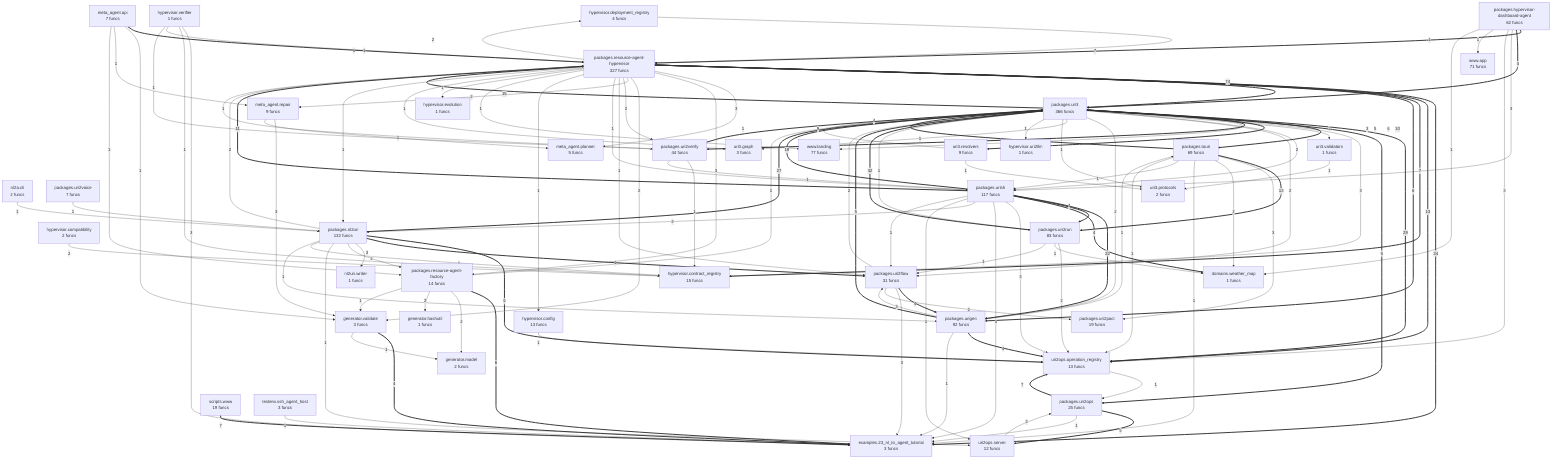
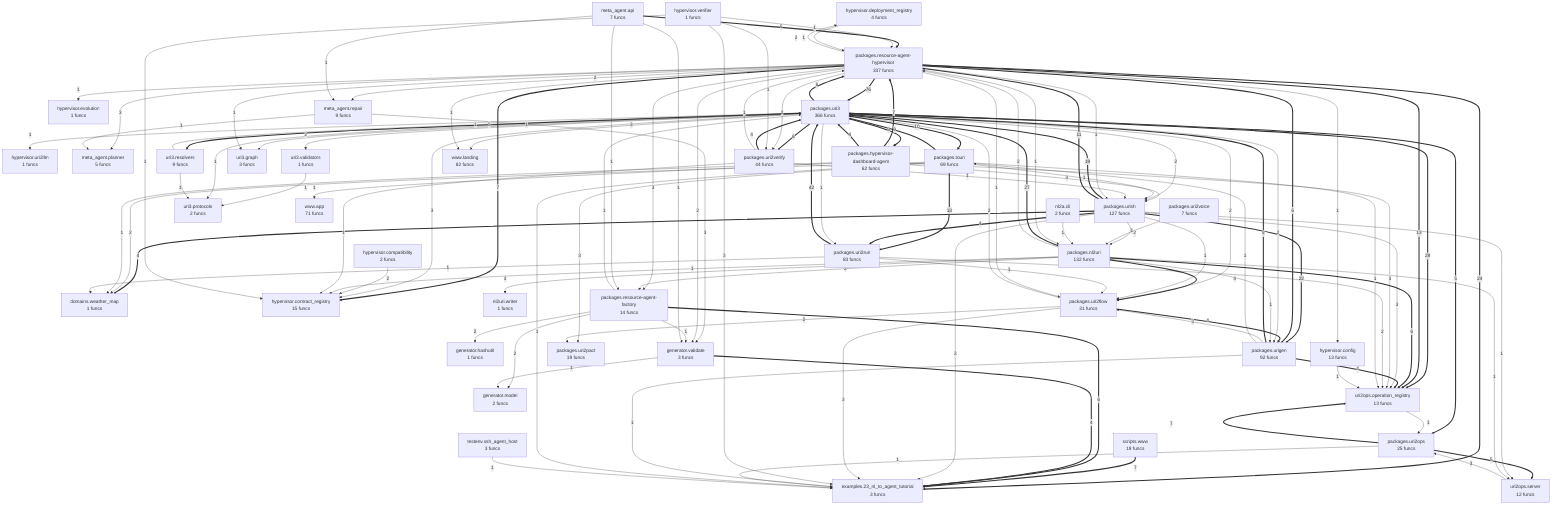
flowchart TD
- %% generated in 0.18s
+ %% generated in 0.22s
    domains__weather_map["domains.weather_map<br/>1 funcs"]
    examples__23_nl_to_agent_tutorial["examples.23_nl_to_agent_tutorial<br/>3 funcs"]
    generator__hashutil["generator.hashutil<br/>1 funcs"]
    generator__model["generator.model<br/>2 funcs"]
    generator__validate["generator.validate<br/>3 funcs"]
    hypervisor__compatibility["hypervisor.compatibility<br/>2 funcs"]
    hypervisor__config["hypervisor.config<br/>13 funcs"]
    hypervisor__contract_registry["hypervisor.contract_registry<br/>15 funcs"]
    hypervisor__deployment_registry["hypervisor.deployment_registry<br/>4 funcs"]
    hypervisor__evolution["hypervisor.evolution<br/>1 funcs"]
    hypervisor__uri2llm["hypervisor.uri2llm<br/>1 funcs"]
    hypervisor__verifier["hypervisor.verifier<br/>1 funcs"]
    meta_agent__api["meta_agent.api<br/>7 funcs"]
    meta_agent__planner["meta_agent.planner<br/>5 funcs"]
    meta_agent__repair["meta_agent.repair<br/>9 funcs"]
    nl2a__cli["nl2a.cli<br/>2 funcs"]
    nl2uri__writer["nl2uri.writer<br/>1 funcs"]
    packages__hypervisor_dashboard_agent["packages.hypervisor-dashboard-agent<br/>62 funcs"]
    packages__nl2uri["packages.nl2uri<br/>132 funcs"]
    packages__resource_agent_factory["packages.resource-agent-factory<br/>14 funcs"]
-     packages__resource_agent_hypervisor["packages.resource-agent-hypervisor<br/>327 funcs"]
+     packages__resource_agent_hypervisor["packages.resource-agent-hypervisor<br/>337 funcs"]
    packages__touri["packages.touri<br/>69 funcs"]
    packages__uri2flow["packages.uri2flow<br/>31 funcs"]
    packages__uri2ops["packages.uri2ops<br/>25 funcs"]
    packages__uri2pact["packages.uri2pact<br/>19 funcs"]
    packages__uri2run["packages.uri2run<br/>83 funcs"]
    packages__uri2verify["packages.uri2verify<br/>44 funcs"]
    packages__uri2voice["packages.uri2voice<br/>7 funcs"]
    packages__uri3["packages.uri3<br/>366 funcs"]
    packages__urigen["packages.urigen<br/>92 funcs"]
-     packages__urish["packages.urish<br/>117 funcs"]
+     packages__urish["packages.urish<br/>127 funcs"]
    scripts__www["scripts.www<br/>19 funcs"]
    testenv__ssh_agent_host["testenv.ssh_agent_host<br/>3 funcs"]
    uri2ops__operation_registry["uri2ops.operation_registry<br/>13 funcs"]
    uri2ops__server["uri2ops.server<br/>12 funcs"]
    uri3__graph["uri3.graph<br/>3 funcs"]
    uri3__protocols["uri3.protocols<br/>2 funcs"]
    uri3__resolvers["uri3.resolvers<br/>9 funcs"]
    uri3__validators["uri3.validators<br/>1 funcs"]
    www__app["www.app<br/>71 funcs"]
-     www__landing["www.landing<br/>77 funcs"]
-     packages__resource_agent_hypervisor ==>|74| packages__uri3
+     www__landing["www.landing<br/>82 funcs"]
+     packages__resource_agent_hypervisor ==>|76| packages__uri3
    packages__uri2run ==>|42| packages__uri3
    packages__uri3 ==>|29| uri2ops__operation_registry
    packages__nl2uri ==>|27| packages__uri3
    packages__resource_agent_hypervisor ==>|24| examples__23_nl_to_agent_tutorial
    packages__urish ==>|22| packages__urigen
    packages__urish ==>|19| packages__uri3
-     packages__uri3 ==>|15| packages__resource_agent_hypervisor
    packages__touri ==>|13| packages__uri2run
    packages__resource_agent_hypervisor ==>|13| uri2ops__operation_registry
    packages__urish ==>|11| packages__resource_agent_hypervisor
    packages__uri3 ==>|10| packages__touri
+     packages__uri3 ==>|9| packages__hypervisor_dashboard_agent
    packages__touri ==>|9| packages__uri3
    packages__uri2ops ==>|7| uri2ops__operation_registry
+     packages__hypervisor_dashboard_agent ==>|7| packages__resource_agent_hypervisor
    packages__resource_agent_hypervisor ==>|7| hypervisor__contract_registry
    scripts__www ==>|7| examples__23_nl_to_agent_tutorial
-     packages__hypervisor_dashboard_agent ==>|7| packages__resource_agent_hypervisor
+     packages__uri3 ==>|6| packages__resource_agent_hypervisor
    packages__uri3 ==>|6| packages__uri2verify
    packages__resource_agent_factory ==>|6| examples__23_nl_to_agent_tutorial
    packages__nl2uri ==>|6| uri2ops__operation_registry
    packages__resource_agent_hypervisor ==>|6| packages__urigen
    packages__urigen ==>|5| packages__uri3
    packages__uri2ops ==>|5| uri2ops__server
    packages__uri3 ==>|5| packages__uri2ops
    packages__uri3 ==>|5| uri3__resolvers
    meta_agent__api ==>|5| packages__resource_agent_hypervisor
    packages__urish ==>|4| packages__uri2run
    packages__urish ==>|4| domains__weather_map
    packages__urigen ==>|4| uri2ops__operation_registry
    packages__hypervisor_dashboard_agent ==>|4| packages__uri3
    packages__uri2flow ==>|4| packages__urigen
    generator__validate ==>|4| examples__23_nl_to_agent_tutorial
    packages__nl2uri ==>|4| packages__uri2flow
    packages__uri2verify ==>|4| packages__uri3
    packages__urish -->|3| uri2ops__operation_registry
    packages__urish -->|3| examples__23_nl_to_agent_tutorial
    packages__urigen -->|3| packages__uri2flow
    uri2ops__server -->|3| packages__uri2ops
    packages__uri3 -->|3| www__landing
    packages__uri3 -->|3| hypervisor__contract_registry
    packages__hypervisor_dashboard_agent -->|3| packages__urish
+     packages__hypervisor_dashboard_agent -->|3| uri2ops__operation_registry
    packages__uri2flow -->|3| examples__23_nl_to_agent_tutorial
    packages__touri -->|3| packages__uri2pact
    packages__nl2uri -->|3| nl2uri__writer
    packages__resource_agent_hypervisor -->|3| meta_agent__planner
    packages__resource_agent_hypervisor -->|3| packages__resource_agent_factory
    meta_agent__repair -->|3| generator__validate
    hypervisor__verifier -->|3| examples__23_nl_to_agent_tutorial
-     packages__hypervisor_dashboard_agent -->|3| uri2ops__operation_registry
    packages__uri3 -->|2| uri3__validators
    packages__uri3 -->|2| packages__urish
    packages__uri3 -->|2| packages__uri2flow
    packages__uri3 -->|2| packages__urigen
    packages__uri2flow -->|2| packages__uri3
    packages__uri2flow -->|2| packages__uri2pact
    packages__touri -->|2| domains__weather_map
    packages__uri2run -->|2| uri2ops__operation_registry
    packages__resource_agent_factory -->|2| generator__model
    packages__resource_agent_factory -->|2| generator__hashutil
    packages__nl2uri -->|2| packages__resource_agent_hypervisor
    packages__nl2uri -->|2| packages__resource_agent_factory
    packages__resource_agent_hypervisor -->|2| generator__validate
    packages__resource_agent_hypervisor -->|2| meta_agent__repair
    packages__resource_agent_hypervisor -->|2| packages__uri2verify
    packages__resource_agent_hypervisor -->|2| hypervisor__deployment_registry
    hypervisor__compatibility -->|2| hypervisor__contract_registry
    packages__urish -->|2| packages__nl2uri
    packages__urish -->|1| uri2ops__server
    packages__urish -->|1| packages__uri2flow
    packages__urigen -->|1| examples__23_nl_to_agent_tutorial
    packages__urigen -->|1| packages__touri
    packages__uri2ops -->|1| examples__23_nl_to_agent_tutorial
    uri2ops__operation_registry -->|1| packages__uri2ops
    uri3__validators -->|1| uri3__protocols
    packages__uri3 -->|1| uri3__graph
    packages__uri3 -->|1| uri3__protocols
    packages__uri3 -->|1| hypervisor__uri2llm
    uri3__resolvers -->|1| packages__uri3
    uri3__resolvers -->|1| uri3__protocols
    packages__uri3 -->|1| packages__uri2run
+     packages__hypervisor_dashboard_agent -->|1| www__app
+     packages__hypervisor_dashboard_agent -->|1| domains__weather_map
    packages__touri -->|1| examples__23_nl_to_agent_tutorial
    packages__touri -->|1| packages__urish
    packages__touri -->|1| uri2ops__operation_registry
    packages__uri2voice -->|1| packages__nl2uri
    packages__uri2run -->|1| domains__weather_map
    packages__uri2run -->|1| packages__uri2flow
    generator__validate -->|1| generator__model
    packages__resource_agent_factory -->|1| packages__uri3
    packages__resource_agent_factory -->|1| generator__validate
    packages__nl2uri -->|1| uri2ops__server
    packages__nl2uri -->|1| hypervisor__contract_registry
    packages__nl2uri -->|1| packages__urigen
    nl2a__cli -->|1| packages__nl2uri
    packages__uri2verify -->|1| hypervisor__contract_registry
    packages__uri2verify -->|1| packages__resource_agent_hypervisor
    packages__uri2verify -->|1| packages__urish
    packages__resource_agent_hypervisor -->|1| packages__uri2flow
    meta_agent__api -->|1| generator__validate
    meta_agent__api -->|1| meta_agent__repair
    meta_agent__api -->|1| packages__resource_agent_factory
    meta_agent__repair -->|1| meta_agent__planner
    packages__resource_agent_hypervisor -->|1| packages__urish
    hypervisor__verifier -->|1| hypervisor__contract_registry
    hypervisor__verifier -->|1| packages__resource_agent_hypervisor
    hypervisor__verifier -->|1| packages__uri2verify
    packages__resource_agent_hypervisor -->|1| hypervisor__config
    packages__resource_agent_hypervisor -->|1| www__landing
    hypervisor__config -->|1| uri2ops__operation_registry
    packages__resource_agent_hypervisor -->|1| hypervisor__evolution
    packages__resource_agent_hypervisor -->|1| uri3__graph
    packages__resource_agent_hypervisor -->|1| packages__nl2uri
    hypervisor__deployment_registry -->|1| packages__resource_agent_hypervisor
    testenv__ssh_agent_host -->|1| examples__23_nl_to_agent_tutorial
-     packages__hypervisor_dashboard_agent -->|1| www__app
-     packages__hypervisor_dashboard_agent -->|1| domains__weather_map
